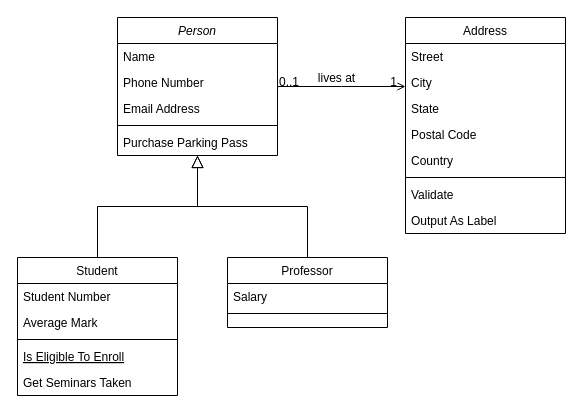
evanp/bots-rodeo keeps this draw.io diagram as activitypub.bot.drawio. Above is the earlier version. Source tidied: cells renumbered, new cells numbered last; positions are measured from the earlier drawing's top-left corner, leaving out a move shared by most shapes. Both pictures are drawn from the tidied source at 100%, with x=0, y=0 at pixel (17, 17).
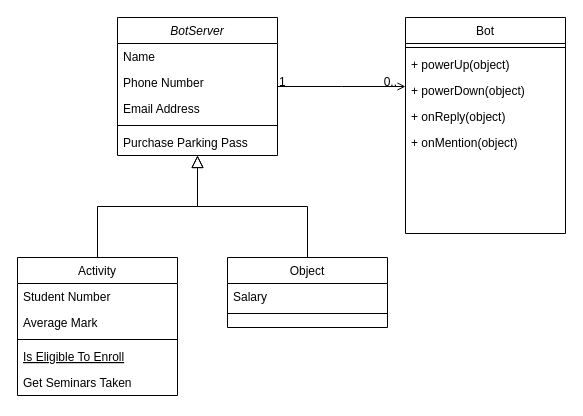
Above is the later version.

Unchanged cells that the change refers to:
```xml
<mxCell id="28" style="endArrow=open;shadow=0;strokeWidth=1;rounded=0;endFill=1;edgeStyle=elbowEdgeStyle;elbow=vertical;" parent="1" edge="1" source="2" target="19">
  <mxGeometry x="0.5" y="41" relative="1" as="geometry">
    <mxPoint x="-40" y="32" as="offset" />
  </mxGeometry>
</mxCell>
```

The edit, as a diff of the source:
```diff
@@
-    <mxCell id="2" value="Person" style="swimlane;fontStyle=2;align=center;verticalAlign=top;horizontal=1;startSize=26;rounded=0;shadow=0;strokeWidth=1;" parent="1" vertex="1">
+    <mxCell id="2" value="BotServer" style="swimlane;fontStyle=2;align=center;verticalAlign=top;horizontal=1;startSize=26;rounded=0;shadow=0;strokeWidth=1;" parent="1" vertex="1">
       <mxGeometry x="100" width="160" height="138" as="geometry" />
     </mxCell>
@@
-    <mxCell id="8" value="Student" style="swimlane;fontStyle=0;align=center;verticalAlign=top;horizontal=1;startSize=26;rounded=0;shadow=0;strokeWidth=1;" parent="1" vertex="1">
+    <mxCell id="8" value="Activity" style="swimlane;fontStyle=0;align=center;verticalAlign=top;horizontal=1;startSize=26;rounded=0;shadow=0;strokeWidth=1;" parent="1" vertex="1">
       <mxGeometry y="240" width="160" height="138" as="geometry" />
     </mxCell>
@@
-    <mxCell id="15" value="Professor" style="swimlane;fontStyle=0;align=center;verticalAlign=top;horizontal=1;startSize=26;rounded=0;shadow=0;strokeWidth=1;" parent="1" vertex="1">
+    <mxCell id="15" value="Object" style="swimlane;fontStyle=0;align=center;verticalAlign=top;horizontal=1;startSize=26;rounded=0;shadow=0;strokeWidth=1;" parent="1" vertex="1">
       <mxGeometry x="210" y="240" width="160" height="70" as="geometry" />
     </mxCell>
@@
-    <mxCell id="19" value="Address" style="swimlane;fontStyle=0;align=center;verticalAlign=top;horizontal=1;startSize=26;rounded=0;shadow=0;strokeWidth=1;" parent="1" vertex="1">
+    <mxCell id="19" value="Bot" style="swimlane;fontStyle=0;align=center;verticalAlign=top;horizontal=1;startSize=26;rounded=0;shadow=0;strokeWidth=1;" parent="1" vertex="1">
       <mxGeometry x="388" width="160" height="216" as="geometry" />
     </mxCell>
-    <mxCell id="20" value="Street" style="text;align=left;verticalAlign=top;spacingLeft=4;spacingRight=4;overflow=hidden;" parent="19" vertex="1">
-      <mxGeometry y="26" width="160" height="26" as="geometry" />
-    </mxCell>
-    <mxCell id="21" value="City" style="text;align=left;verticalAlign=top;spacingLeft=4;spacingRight=4;overflow=hidden;rounded=0;shadow=0;html=0;" parent="19" vertex="1">
-      <mxGeometry y="52" width="160" height="26" as="geometry" />
-    </mxCell>
-    <mxCell id="22" value="State" style="text;align=left;verticalAlign=top;spacingLeft=4;spacingRight=4;overflow=hidden;rounded=0;shadow=0;html=0;" parent="19" vertex="1">
-      <mxGeometry y="78" width="160" height="26" as="geometry" />
-    </mxCell>
-    <mxCell id="23" value="Postal Code" style="text;align=left;verticalAlign=top;spacingLeft=4;spacingRight=4;overflow=hidden;rounded=0;shadow=0;html=0;" parent="19" vertex="1">
-      <mxGeometry y="104" width="160" height="26" as="geometry" />
-    </mxCell>
-    <mxCell id="24" value="Country" style="text;align=left;verticalAlign=top;spacingLeft=4;spacingRight=4;overflow=hidden;rounded=0;shadow=0;html=0;" parent="19" vertex="1">
-      <mxGeometry y="130" width="160" height="26" as="geometry" />
-    </mxCell>
     <mxCell id="25" style="line;html=1;strokeWidth=1;align=left;verticalAlign=middle;spacingTop=-1;spacingLeft=3;spacingRight=3;labelPosition=right;" parent="19" vertex="1">
-      <mxGeometry y="156" width="160" height="8" as="geometry" />
+      <mxGeometry y="26" width="160" height="8" as="geometry" />
     </mxCell>
-    <mxCell id="26" value="Validate" style="text;align=left;verticalAlign=top;spacingLeft=4;spacingRight=4;overflow=hidden;" parent="19" vertex="1">
-      <mxGeometry y="164" width="160" height="26" as="geometry" />
+    <mxCell id="26" value="+ powerUp(object)" style="text;align=left;verticalAlign=top;spacingLeft=4;spacingRight=4;overflow=hidden;" parent="19" vertex="1">
+      <mxGeometry y="34" width="160" height="26" as="geometry" />
     </mxCell>
-    <mxCell id="27" value="Output As Label" style="text;align=left;verticalAlign=top;spacingLeft=4;spacingRight=4;overflow=hidden;" parent="19" vertex="1">
-      <mxGeometry y="190" width="160" height="26" as="geometry" />
+    <mxCell id="27" value="+ powerDown(object)" style="text;align=left;verticalAlign=top;spacingLeft=4;spacingRight=4;overflow=hidden;" parent="19" vertex="1">
+      <mxGeometry y="60" width="160" height="26" as="geometry" />
     </mxCell>
+    <mxCell id="32" value="+ onReply(object)" style="text;align=left;verticalAlign=top;spacingLeft=4;spacingRight=4;overflow=hidden;" parent="19" vertex="1">
+      <mxGeometry y="86" width="160" height="26" as="geometry" />
+    </mxCell>
+    <mxCell id="33" value="+ onMention(object)" style="text;align=left;verticalAlign=top;spacingLeft=4;spacingRight=4;overflow=hidden;" parent="19" vertex="1">
+      <mxGeometry y="112" width="160" height="26" as="geometry" />
+    </mxCell>
@@
-    <mxCell id="29" value="0..1" style="align=left;verticalAlign=bottom;labelBackgroundColor=none;fontSize=12;" parent="28" vertex="1">
+    <mxCell id="29" value="1" style="align=left;verticalAlign=bottom;labelBackgroundColor=none;fontSize=12;" parent="28" vertex="1">
       <mxGeometry x="-1" relative="1" as="geometry">
         <mxPoint y="4" as="offset" />
       </mxGeometry>
     </mxCell>
-    <mxCell id="30" value="1" style="align=right;verticalAlign=bottom;labelBackgroundColor=none;fontSize=12;" parent="28" vertex="1">
+    <mxCell id="30" value="0.." style="align=right;verticalAlign=bottom;labelBackgroundColor=none;fontSize=12;" parent="28" vertex="1">
       <mxGeometry x="1" relative="1" as="geometry">
         <mxPoint x="-7" y="4" as="offset" />
       </mxGeometry>
     </mxCell>
-    <mxCell id="31" value="lives at" style="text;html=1;align=center;verticalAlign=middle;labelBackgroundColor=none;rounded=0;shadow=0;strokeWidth=1;fontSize=12;" parent="28" vertex="1">
-      <mxGeometry x="0.5" y="49" relative="1" as="geometry">
-        <mxPoint x="-38" y="40" as="offset" />
-      </mxGeometry>
-    </mxCell>
```
